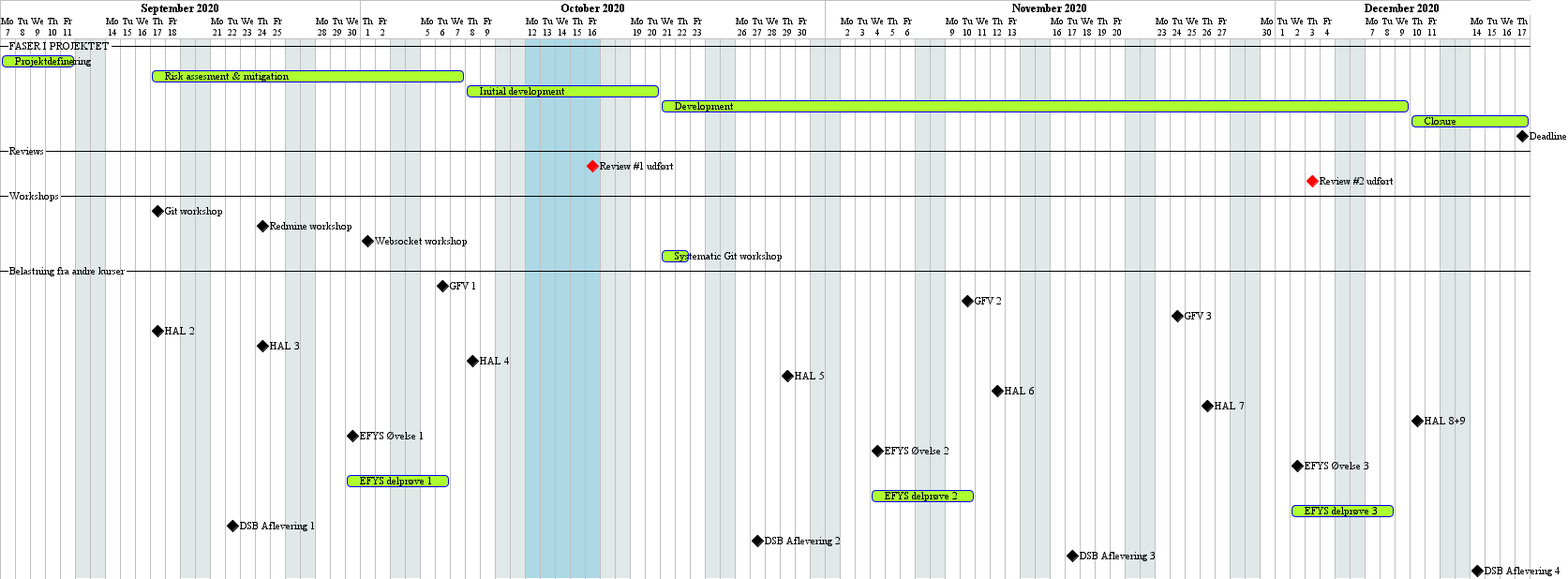
Earlier version of the PlantUML export Diagrammer/Tidsplan/out/GanntTidsplan.png (Solvgraa-mager/E3PRJ3). Its diagram source:
```plantuml
@startgantt
project starts the 2020/09/07
saturday are closed
sunday are closed
-- FASER I PROJEKTET --

[Projektdefinering] lasts 5 days

[Risk assesment & mitigation] starts the 2020/09/17 and ends 2020/10/07

[Initial development] starts the 2020/10/08 and ends 2020/10/20

[Development] starts the 2020/10/21 and ends 2020/12/09

[Closure] starts the 2020/12/10 and ends 2020/12/17

[Deadline] happens 2020/12/17

-- Reviews --
[Review #1 udført] is colored in Red and happens 2020/10/16
[Review #2 udført] is colored in Red and happens 2020/12/03

-- Workshops --
[Git workshop] happens 2020/09/17
[Redmine workshop] happens 2020/09/24
[Websocket workshop] happens 2020/10/01
[Systematic Git workshop] starts the 2020/10/21 and lasts 2 days

-- Belastning fra andre kurser --
[GFV 1] happens 2020/10/06
[GFV 2] happens 2020/11/10
[GFV 3] happens 2020/11/24

[HAL 2] happens 2020/09/17
[HAL 3] happens 2020/09/24
[HAL 4] happens 2020/10/08
[HAL 5] happens 2020/10/29
[HAL 6] happens 2020/11/12
[HAL 7] happens 2020/11/26
[HAL 8+9] happens 2020/12/10

[EFYS Øvelse 1] happens 2020/09/30
[EFYS Øvelse 2] happens 2020/11/04
[EFYS Øvelse 3] happens 2020/12/02

[EFYS delprøve 1] starts 2020/09/30 and ends 2020/10/06
[EFYS delprøve 2] starts 2020/11/04 and ends 2020/11/10
[EFYS delprøve 3] starts 2020/12/02 and ends 2020/12/08

[DSB Aflevering 1] happens 2020/09/22
[DSB Aflevering 2] happens 2020/10/27
[DSB Aflevering 3] happens 2020/11/17
[DSB Aflevering 4] happens 2020/12/12


2020/10/12 to 2020/10/16 are colored in LightBlue
@endgantt
```
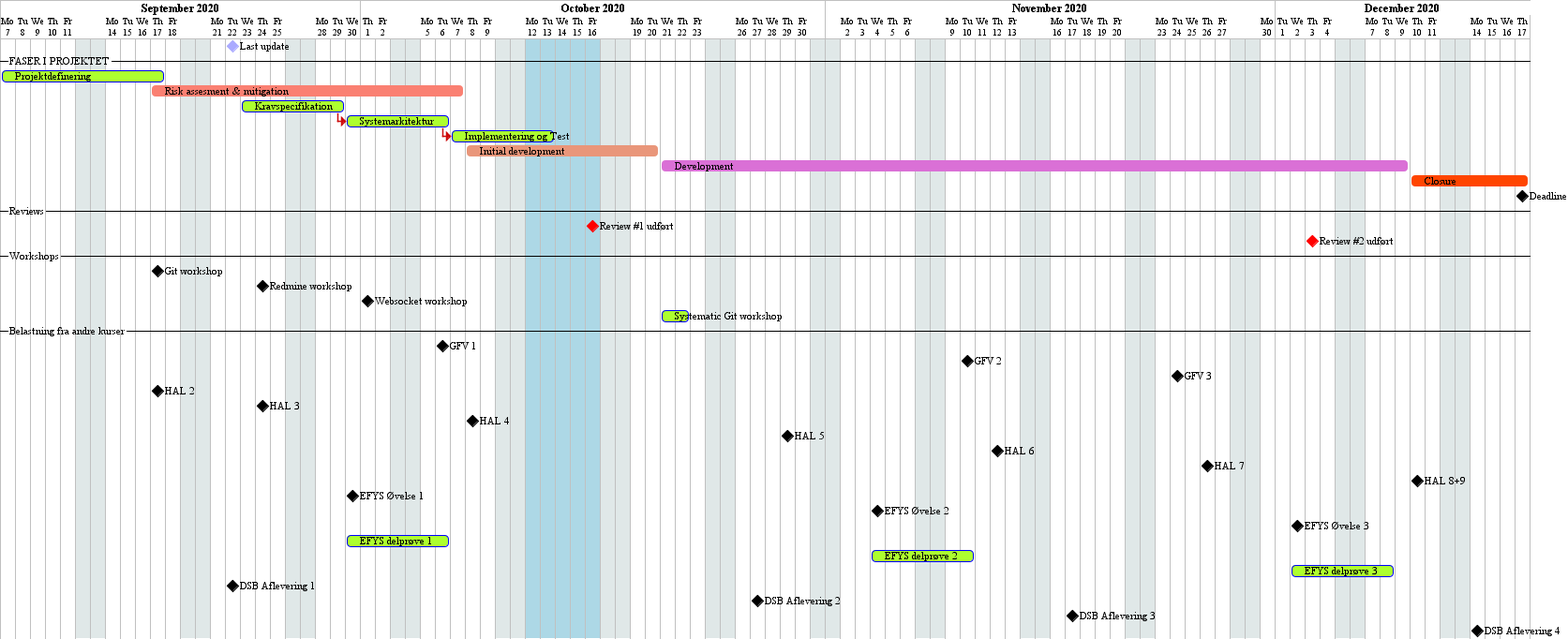
Later version of the same file.

Commit message:
Tilføjet krav til tidsplan. Tvivl om Uge-shift.

The edit, as a diff of the source:
```diff
@@ -1,18 +1,34 @@
 @startgantt
 project starts the 2020/09/07
+[Last update] happens 2020/09/22 and is colored in #AAF
+
 saturday are closed
 sunday are closed
+
 -- FASER I PROJEKTET --
 
-[Projektdefinering] lasts 5 days
+[Projektdefinering] as [PD] starts the 2020/09/07 and ends at 2020/09/17
 
-[Risk assesment & mitigation] starts the 2020/09/17 and ends 2020/10/07
+[Risk assesment & mitigation] as [RA] starts the 2020/09/17
+[RA] ends 2020/10/07 and is colored in Salmon
+[Kravspecifikation] as [KravSpek] starts the 2020/09/23
+[KravSpek] lasts 5 days
 
-[Initial development] starts the 2020/10/08 and ends 2020/10/20
+[Systemarkitektur] as [SysArch] starts at [KravSpek]'s end
+[SysArch] lasts 5 days
 
-[Development] starts the 2020/10/21 and ends 2020/12/09
+[Implementering og Test] as [ImpTest] starts at [SysArch]'s end
+[ImpTest] lasts 5 days
 
-[Closure] starts the 2020/12/10 and ends 2020/12/17
+
+[Initial development] as [Init] starts the 2020/10/08
+[Init] ends 2020/10/20  and is colored in DarkSalmon
+
+[Development] as [Dev] starts the 2020/10/21
+[Dev] ends 2020/12/09 and is colored in Orchid
+
+[Closure] as [Clo] starts the 2020/12/10
+[Clo] ends 2020/12/17 and is colored in OrangeRed
 
 [Deadline] happens 2020/12/17
 
```
